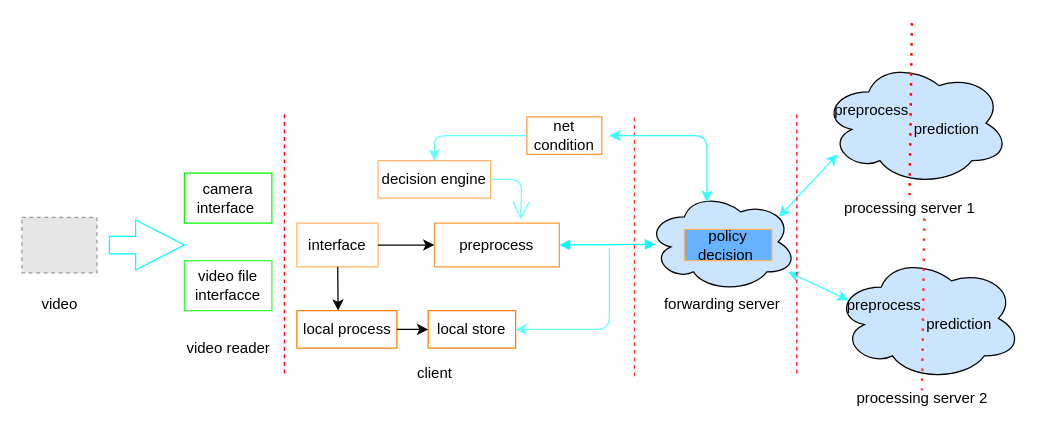
ZhiyanWXZ/leetcode keeps this draw.io diagram as overview.drawio. Above is the earlier version. Source tidied: cells renumbered, new cells numbered last; positions are measured from the earlier drawing's top-left corner, leaving out a move shared by most shapes. Both pictures are drawn from the tidied source at 125%, with x=0, y=0 at pixel (21, 22). Pictures stored in the file or linked from it are replaced by grey dashed boxes.
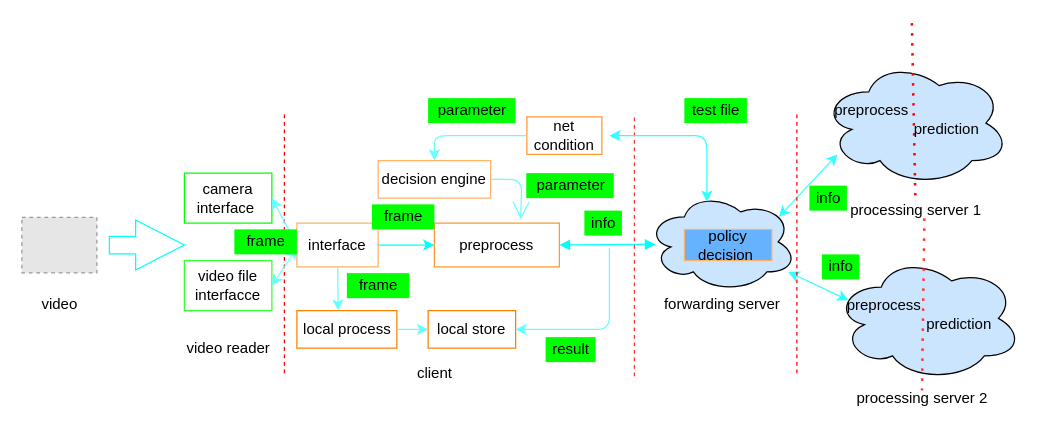
Above is the later version.

The change refers to these unchanged cells:
```xml
<mxCell id="4" value="camera interface&amp;nbsp;" style="rounded=0;whiteSpace=wrap;html=1;strokeColor=#00FF00;" parent="1" vertex="1">
  <mxGeometry x="130" y="120" width="70" height="40" as="geometry" />
</mxCell>
<mxCell id="15" value="preprocess" style="rounded=0;whiteSpace=wrap;html=1;strokeColor=#FF9933;" parent="1" vertex="1">
  <mxGeometry x="330" y="160" width="100" height="35" as="geometry" />
</mxCell>
<mxCell id="18" value="local process" style="html=1;strokeColor=#FF8000;" parent="1" vertex="1">
  <mxGeometry x="220" y="230" width="80" height="30" as="geometry" />
</mxCell>
<mxCell id="21" value="video file interfacce" style="rounded=0;whiteSpace=wrap;html=1;strokeColor=#33FF33;" parent="1" vertex="1">
  <mxGeometry x="130" y="190" width="70" height="40" as="geometry" />
</mxCell>
<mxCell id="23" value="interface" style="rounded=0;whiteSpace=wrap;html=1;strokeColor=#FFB366;" parent="1" vertex="1">
  <mxGeometry x="220" y="160" width="65" height="35" as="geometry" />
</mxCell>
<mxCell id="26" value="local store" style="rounded=0;whiteSpace=wrap;html=1;strokeColor=#FF8000;" parent="1" vertex="1">
  <mxGeometry x="325" y="230" width="70" height="30" as="geometry" />
</mxCell>
```

Change to the diagram source:
```diff
@@
     <mxCell id="13" value="processing server 1" style="text;html=1;align=center;verticalAlign=middle;points=[];strokeColor=none;" parent="1" vertex="1">
-      <mxGeometry x="650" y="137.5" width="120" height="20" as="geometry" />
+      <mxGeometry x="655" y="140" width="120" height="20" as="geometry" />
     </mxCell>
@@
-    <mxCell id="24" style="endArrow=classic;html=1;exitX=1;exitY=0.5;exitDx=0;exitDy=0;entryX=0;entryY=0.5;entryDx=0;entryDy=0;" parent="1" edge="1" source="23" target="15">
+    <mxCell id="24" style="endArrow=classic;html=1;exitX=1;exitY=0.5;exitDx=0;exitDy=0;entryX=0;entryY=0.5;entryDx=0;entryDy=0;strokeColor=#00FFFF;" parent="1" edge="1" source="23" target="15">
       <mxGeometry relative="1" as="geometry" />
     </mxCell>
-    <mxCell id="25" style="endArrow=classic;html=1;" parent="1" edge="1" source="23">
+    <mxCell id="25" style="endArrow=classic;html=1;strokeColor=#66FFFF;" parent="1" edge="1" source="23">
       <mxGeometry relative="1" as="geometry">
         <mxPoint x="253" y="230" as="targetPoint" />
       </mxGeometry>
     </mxCell>
@@
-    <mxCell id="27" style="endArrow=classic;html=1;exitX=1;exitY=0.5;exitDx=0;exitDy=0;entryX=0;entryY=0.5;entryDx=0;entryDy=0;" parent="1" edge="1" source="18" target="26">
+    <mxCell id="27" style="endArrow=classic;html=1;exitX=1;exitY=0.5;exitDx=0;exitDy=0;entryX=0;entryY=0.5;entryDx=0;entryDy=0;strokeColor=#66FFFF;" parent="1" edge="1" source="18" target="26">
       <mxGeometry relative="1" as="geometry" />
     </mxCell>
@@
+    <mxCell id="41" style="endArrow=classic;startArrow=classic;html=1;strokeColor=#66FFFF;entryX=1;entryY=0.5;entryDx=0;entryDy=0;exitX=0;exitY=0.5;exitDx=0;exitDy=0;" parent="1" edge="1" source="23" target="4">
+      <mxGeometry relative="1" as="geometry" />
+    </mxCell>
+    <mxCell id="42" style="endArrow=classic;startArrow=classic;html=1;strokeColor=#66FFFF;exitX=1;exitY=0.5;exitDx=0;exitDy=0;" parent="1" edge="1" source="21">
+      <mxGeometry relative="1" as="geometry">
+        <mxPoint x="220" y="180" as="targetPoint" />
+      </mxGeometry>
+    </mxCell>
+    <mxCell id="43" value="frame" style="text;html=1;align=center;verticalAlign=middle;strokeColor=none;fillColor=#00FF00;" parent="1" vertex="1">
+      <mxGeometry x="170" y="165" width="50" height="20" as="geometry" />
+    </mxCell>
+    <mxCell id="44" value="frame" style="text;html=1;align=center;verticalAlign=middle;strokeColor=none;fillColor=#00FF00;" parent="1" vertex="1">
+      <mxGeometry x="260" y="200" width="50" height="20" as="geometry" />
+    </mxCell>
+    <mxCell id="45" value="frame" style="text;html=1;align=center;verticalAlign=middle;strokeColor=none;fillColor=#00FF00;" parent="1" vertex="1">
+      <mxGeometry x="280" y="145" width="50" height="20" as="geometry" />
+    </mxCell>
+    <mxCell id="46" value="parameter" style="text;html=1;align=center;verticalAlign=middle;strokeColor=none;fillColor=#00FF00;" parent="1" vertex="1">
+      <mxGeometry x="325" y="60" width="70" height="20" as="geometry" />
+    </mxCell>
+    <mxCell id="47" value="parameter" style="text;html=1;align=center;verticalAlign=middle;strokeColor=none;fillColor=#00FF00;" parent="1" vertex="1">
+      <mxGeometry x="403.5" y="120" width="70" height="20" as="geometry" />
+    </mxCell>
+    <mxCell id="48" value="test file" style="text;html=1;align=center;verticalAlign=middle;strokeColor=none;fillColor=#00FF00;" parent="1" vertex="1">
+      <mxGeometry x="530" y="60" width="50" height="20" as="geometry" />
+    </mxCell>
+    <mxCell id="49" value="result" style="text;html=1;align=center;verticalAlign=middle;strokeColor=none;fillColor=#00FF00;" parent="1" vertex="1">
+      <mxGeometry x="419" y="251.2" width="40" height="20" as="geometry" />
+    </mxCell>
+    <mxCell id="50" value="info" style="text;html=1;align=center;verticalAlign=middle;strokeColor=none;fillColor=#00FF00;" parent="1" vertex="1">
+      <mxGeometry x="450" y="150" width="30" height="20" as="geometry" />
+    </mxCell>
+    <mxCell id="51" value="info" style="text;html=1;align=center;verticalAlign=middle;strokeColor=none;fillColor=#00FF00;" parent="1" vertex="1">
+      <mxGeometry x="630" y="130" width="30" height="20" as="geometry" />
+    </mxCell>
+    <mxCell id="52" value="info" style="text;html=1;align=center;verticalAlign=middle;strokeColor=none;fillColor=#00FF00;" parent="1" vertex="1">
+      <mxGeometry x="640" y="185" width="30" height="20" as="geometry" />
+    </mxCell>
```
